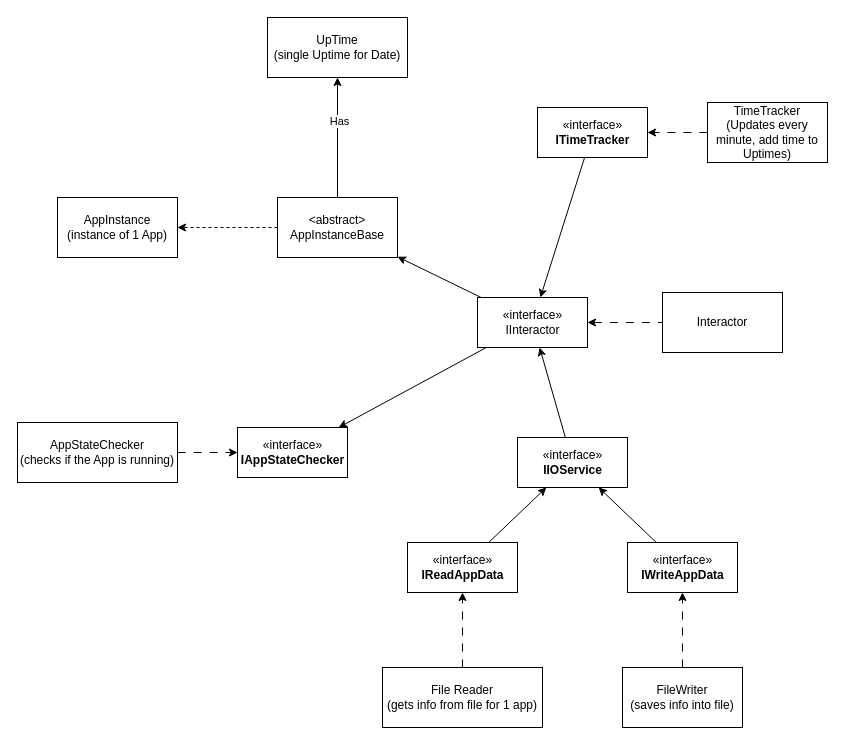
Before: page "TrackedAppWorkFlow" (1 of 5) of docs/Diagrams/Diagram1.drawio in villaclara/ata-reborn, a draw.io diagram. Source tidied: cells renumbered, new cells numbered last; positions are measured from the earlier drawing's top-left corner, leaving out a move shared by most shapes. Both pictures are drawn from the tidied source at 100%, with x=0, y=0 at pixel (17, 17).
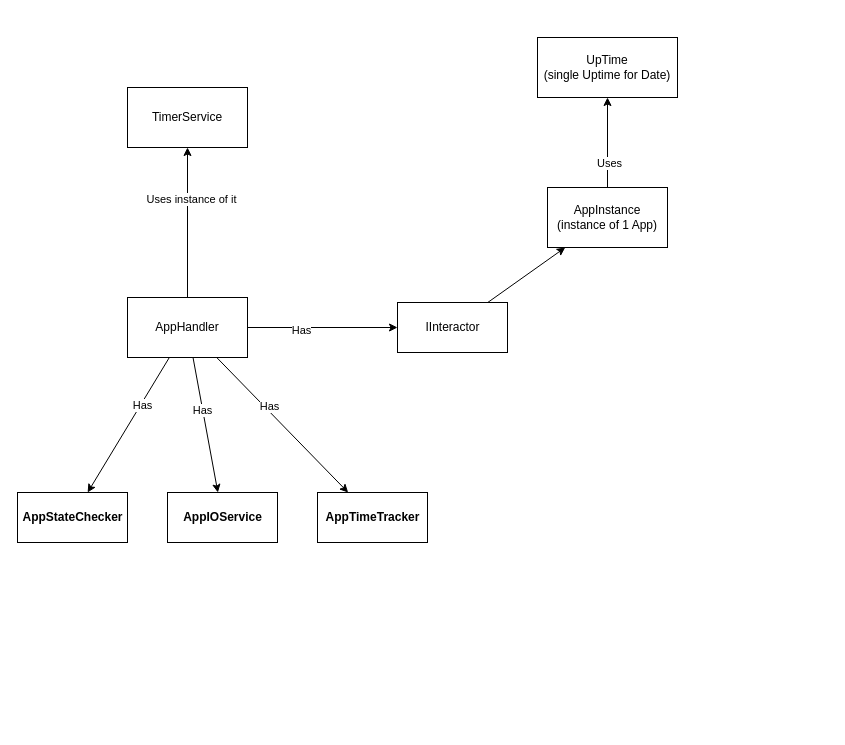
Above is the later version.

Diff of the diagram source:
```diff
@@
-    <mxCell id="2" style="edgeStyle=none;html=1;" parent="1" edge="1" source="6" target="13">
-      <mxGeometry relative="1" as="geometry" />
-    </mxCell>
-    <mxCell id="3" value="Has" style="edgeLabel;html=1;align=center;verticalAlign=middle;" parent="2" vertex="1">
-      <mxGeometry x="0.29" y="-1" relative="1" as="geometry" />
-    </mxCell>
+    <mxCell id="30" style="edgeStyle=none;html=1;" parent="1" edge="1" source="4" target="13">
+      <mxGeometry relative="1" as="geometry" />
+    </mxCell>
+    <mxCell id="31" value="Uses" style="edgeLabel;html=1;align=center;verticalAlign=middle;" parent="30" vertex="1">
+      <mxGeometry x="-0.42" y="-1" relative="1" as="geometry">
+        <mxPoint y="1" as="offset" />
+      </mxGeometry>
+    </mxCell>
     <mxCell id="4" value="AppInstance&lt;br&gt;(instance of 1 App)" style="rounded=0;whiteSpace=wrap;html=1;" parent="1" vertex="1">
-      <mxGeometry x="40" y="180" width="120" height="60" as="geometry" />
+      <mxGeometry x="530" y="170" width="120" height="60" as="geometry" />
     </mxCell>
-    <mxCell id="5" style="edgeStyle=none;html=1;dashed=1;" parent="1" edge="1" source="6" target="4">
-      <mxGeometry relative="1" as="geometry" />
-    </mxCell>
-    <mxCell id="6" value="&amp;lt;abstract&amp;gt;&lt;br&gt;AppInstanceBase" style="rounded=0;whiteSpace=wrap;html=1;" parent="1" vertex="1">
-      <mxGeometry x="260" y="180" width="120" height="60" as="geometry" />
-    </mxCell>
-    <mxCell id="7" style="edgeStyle=none;html=1;dashed=1;dashPattern=8 8;" parent="1" edge="1" source="8" target="23">
-      <mxGeometry relative="1" as="geometry" />
-    </mxCell>
-    <mxCell id="8" value="TimeTracker&lt;br&gt;(Updates every minute, add time to Uptimes)" style="rounded=0;whiteSpace=wrap;html=1;" parent="1" vertex="1">
-      <mxGeometry x="690" y="85" width="120" height="60" as="geometry" />
-    </mxCell>
-    <mxCell id="9" style="edgeStyle=none;html=1;dashed=1;dashPattern=8 8;" parent="1" edge="1" source="10" target="20">
-      <mxGeometry relative="1" as="geometry" />
-    </mxCell>
-    <mxCell id="10" value="FileWriter&lt;br&gt;(saves info into file)" style="rounded=0;whiteSpace=wrap;html=1;" parent="1" vertex="1">
-      <mxGeometry x="605" y="650" width="120" height="60" as="geometry" />
-    </mxCell>
-    <mxCell id="11" style="edgeStyle=none;html=1;dashed=1;dashPattern=8 8;" parent="1" edge="1" source="12" target="21">
-      <mxGeometry relative="1" as="geometry" />
-    </mxCell>
-    <mxCell id="12" value="AppStateChecker&lt;br&gt;(checks if the App is running)" style="rounded=0;whiteSpace=wrap;html=1;" parent="1" vertex="1">
-      <mxGeometry y="405" width="160" height="60" as="geometry" />
-    </mxCell>
     <mxCell id="13" value="UpTime&lt;br&gt;(single Uptime for Date)" style="rounded=0;whiteSpace=wrap;html=1;" parent="1" vertex="1">
-      <mxGeometry x="250" width="140" height="60" as="geometry" />
+      <mxGeometry x="520" y="20" width="140" height="60" as="geometry" />
     </mxCell>
-    <mxCell id="14" style="edgeStyle=none;html=1;dashed=1;dashPattern=8 8;" parent="1" edge="1" source="15" target="18">
-      <mxGeometry relative="1" as="geometry" />
-    </mxCell>
-    <mxCell id="15" value="File Reader&lt;br&gt;(gets info from file for 1 app)" style="rounded=0;whiteSpace=wrap;html=1;" parent="1" vertex="1">
-      <mxGeometry x="365" y="650" width="160" height="60" as="geometry" />
-    </mxCell>
-    <mxCell id="16" value="«interface»&lt;br&gt;&lt;b&gt;IIOService&lt;/b&gt;" style="html=1;" parent="1" vertex="1">
-      <mxGeometry x="500" y="420" width="110" height="50" as="geometry" />
+    <mxCell id="16" value="&lt;b&gt;AppIOService&lt;/b&gt;" style="html=1;" parent="1" vertex="1">
+      <mxGeometry x="150" y="475" width="110" height="50" as="geometry" />
     </mxCell>
-    <mxCell id="17" style="edgeStyle=none;html=1;" parent="1" edge="1" source="18" target="16">
-      <mxGeometry relative="1" as="geometry" />
-    </mxCell>
-    <mxCell id="18" value="«interface»&lt;br&gt;&lt;b&gt;IReadAppData&lt;/b&gt;" style="html=1;" parent="1" vertex="1">
-      <mxGeometry x="390" y="525" width="110" height="50" as="geometry" />
-    </mxCell>
-    <mxCell id="19" style="edgeStyle=none;html=1;" parent="1" edge="1" source="20" target="16">
-      <mxGeometry relative="1" as="geometry" />
-    </mxCell>
-    <mxCell id="20" value="«interface»&lt;br&gt;&lt;b&gt;IWriteAppData&lt;/b&gt;" style="html=1;" parent="1" vertex="1">
-      <mxGeometry x="610" y="525" width="110" height="50" as="geometry" />
-    </mxCell>
-    <mxCell id="21" value="«interface»&lt;br&gt;&lt;b&gt;IAppStateChecker&lt;/b&gt;" style="html=1;" parent="1" vertex="1">
-      <mxGeometry x="220" y="410" width="110" height="50" as="geometry" />
+    <mxCell id="21" value="&lt;b&gt;AppStateChecker&lt;/b&gt;" style="html=1;" parent="1" vertex="1">
+      <mxGeometry y="475" width="110" height="50" as="geometry" />
     </mxCell>
-    <mxCell id="22" style="edgeStyle=none;html=1;" parent="1" edge="1" source="23" target="28">
-      <mxGeometry relative="1" as="geometry" />
-    </mxCell>
-    <mxCell id="23" value="«interface»&lt;br&gt;&lt;b&gt;ITimeTracker&lt;/b&gt;" style="html=1;" parent="1" vertex="1">
-      <mxGeometry x="520" y="90" width="110" height="50" as="geometry" />
+    <mxCell id="23" value="&lt;b&gt;AppTimeTracker&lt;/b&gt;" style="html=1;" parent="1" vertex="1">
+      <mxGeometry x="300" y="475" width="110" height="50" as="geometry" />
     </mxCell>
-    <mxCell id="24" style="edgeStyle=none;html=1;" parent="1" edge="1" source="28" target="6">
+    <mxCell id="24" style="edgeStyle=none;html=1;" parent="1" edge="1" source="28" target="4">
       <mxGeometry relative="1" as="geometry" />
     </mxCell>
-    <mxCell id="25" style="edgeStyle=none;html=1;startArrow=classic;startFill=1;endArrow=none;endFill=0;" parent="1" edge="1" source="28" target="16">
-      <mxGeometry relative="1" as="geometry" />
-    </mxCell>
-    <mxCell id="26" style="edgeStyle=none;html=1;" parent="1" edge="1" source="28" target="21">
-      <mxGeometry relative="1" as="geometry" />
-    </mxCell>
-    <mxCell id="27" style="edgeStyle=none;html=1;startArrow=classic;startFill=1;endArrow=none;endFill=0;dashed=1;dashPattern=8 8;" parent="1" edge="1" source="28" target="29">
-      <mxGeometry relative="1" as="geometry" />
-    </mxCell>
-    <mxCell id="28" value="«interface»&lt;br&gt;IInteractor" style="html=1;" parent="1" vertex="1">
-      <mxGeometry x="460" y="280" width="110" height="50" as="geometry" />
+    <mxCell id="28" value="IInteractor" style="html=1;" parent="1" vertex="1">
+      <mxGeometry x="380" y="285" width="110" height="50" as="geometry" />
     </mxCell>
-    <mxCell id="29" value="Interactor" style="whiteSpace=wrap;html=1;" parent="1" vertex="1">
-      <mxGeometry x="645" y="275" width="120" height="60" as="geometry" />
-    </mxCell>
+    <mxCell id="32" style="edgeStyle=none;html=1;" parent="1" edge="1" source="42" target="43">
+      <mxGeometry relative="1" as="geometry" />
+    </mxCell>
+    <mxCell id="33" value="Uses instance of it" style="edgeLabel;html=1;align=center;verticalAlign=middle;" parent="32" vertex="1">
+      <mxGeometry x="0.33" y="-3" relative="1" as="geometry">
+        <mxPoint y="1" as="offset" />
+      </mxGeometry>
+    </mxCell>
+    <mxCell id="34" style="edgeStyle=none;html=1;" parent="1" edge="1" source="42" target="28">
+      <mxGeometry relative="1" as="geometry" />
+    </mxCell>
+    <mxCell id="35" value="Has" style="edgeLabel;html=1;align=center;verticalAlign=middle;" parent="34" vertex="1">
+      <mxGeometry x="-0.29" y="-2" relative="1" as="geometry" />
+    </mxCell>
+    <mxCell id="36" style="edgeStyle=none;html=1;" parent="1" edge="1" source="42" target="23">
+      <mxGeometry relative="1" as="geometry" />
+    </mxCell>
+    <mxCell id="37" value="Has" style="edgeLabel;html=1;align=center;verticalAlign=middle;" parent="36" vertex="1">
+      <mxGeometry x="-0.26" y="3" relative="1" as="geometry">
+        <mxPoint x="1" as="offset" />
+      </mxGeometry>
+    </mxCell>
+    <mxCell id="38" style="edgeStyle=none;html=1;" parent="1" edge="1" source="42" target="16">
+      <mxGeometry relative="1" as="geometry" />
+    </mxCell>
+    <mxCell id="39" value="Has" style="edgeLabel;html=1;align=center;verticalAlign=middle;" parent="38" vertex="1">
+      <mxGeometry x="-0.23" y="-1" relative="1" as="geometry" />
+    </mxCell>
+    <mxCell id="40" style="edgeStyle=none;html=1;" parent="1" edge="1" source="42" target="21">
+      <mxGeometry relative="1" as="geometry" />
+    </mxCell>
+    <mxCell id="41" value="Has" style="edgeLabel;html=1;align=center;verticalAlign=middle;" parent="40" vertex="1">
+      <mxGeometry x="-0.3" y="1" relative="1" as="geometry" />
+    </mxCell>
+    <mxCell id="42" value="AppHandler" style="whiteSpace=wrap;html=1;" parent="1" vertex="1">
+      <mxGeometry x="110" y="280" width="120" height="60" as="geometry" />
+    </mxCell>
+    <mxCell id="43" value="TimerService" style="whiteSpace=wrap;html=1;" parent="1" vertex="1">
+      <mxGeometry x="110" y="70" width="120" height="60" as="geometry" />
+    </mxCell>
```
